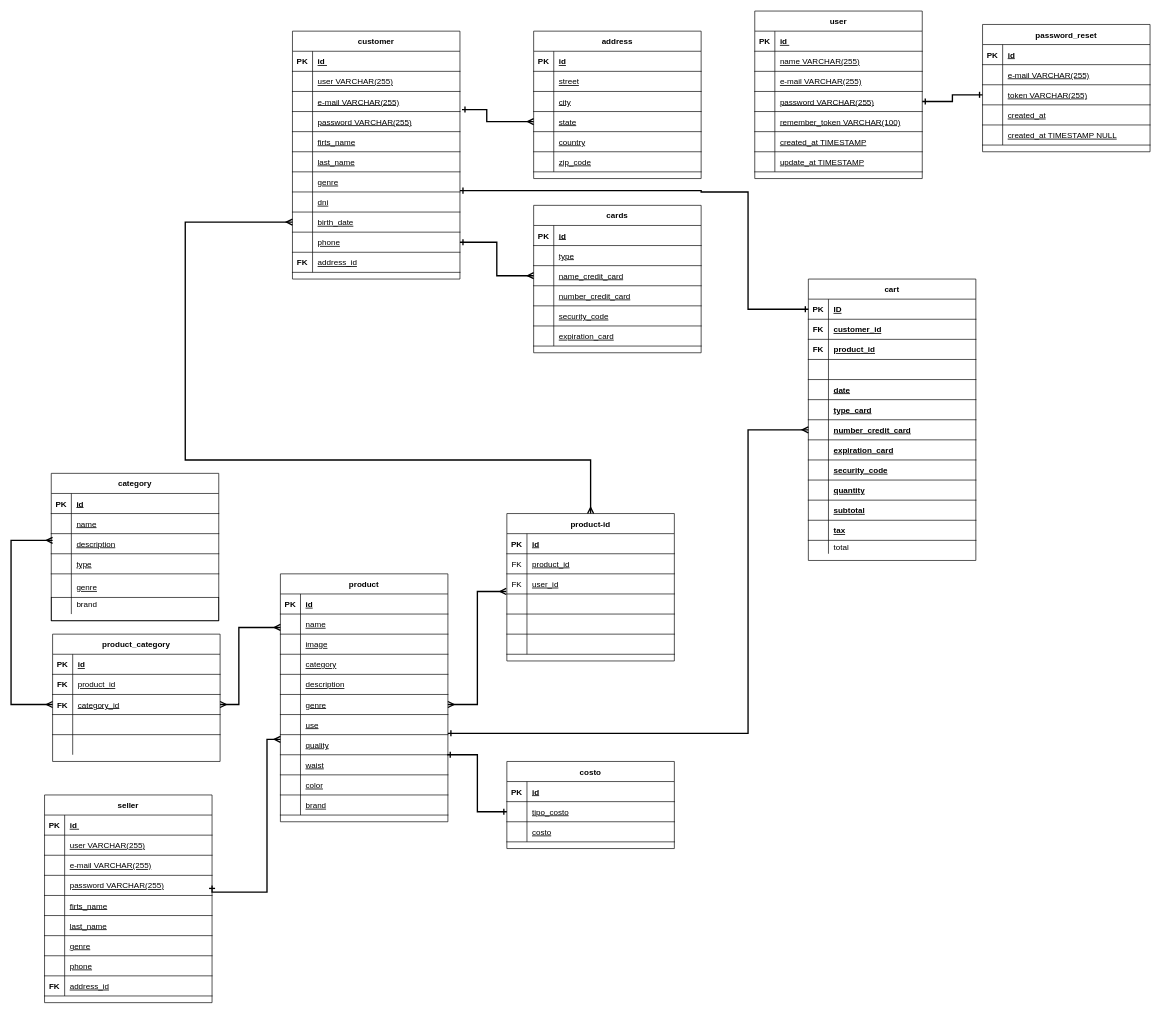
The draw.io diagram Untitled Diagram.drawio in canetemauricio/equipo11, before the edit. Source tidied: cells renumbered, new cells numbered last; positions are measured from the earlier drawing's top-left corner, leaving out a move shared by most shapes. Both pictures are drawn from the tidied source at 67%, with x=0, y=0 at pixel (11, 11).
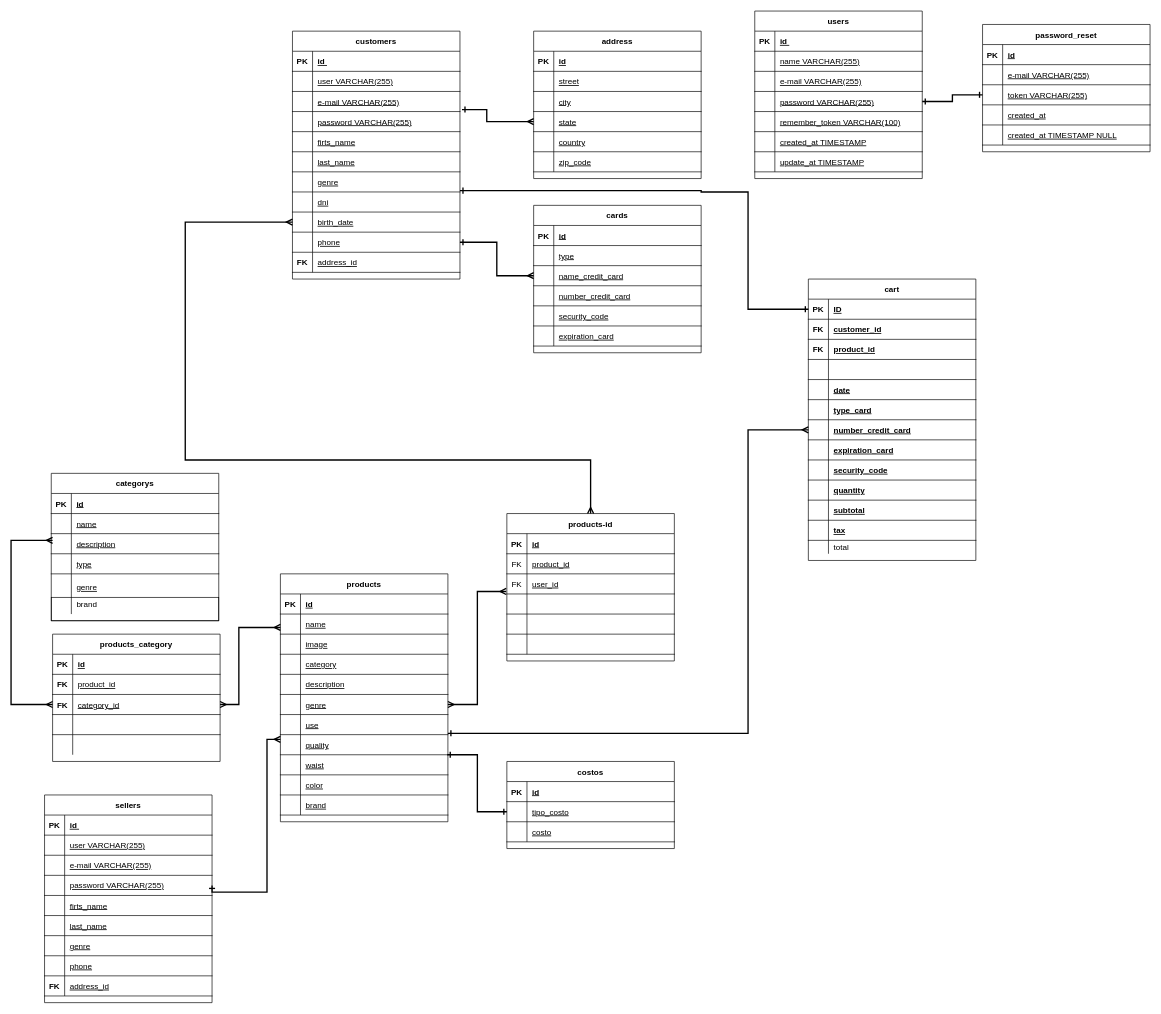
The same diagram, later.

The edit, as a diff of the source:
```diff
@@
-    <mxCell id="3" value="customer" style="shape=table;startSize=30;childLayout=tableLayout;rowLines=0;fontStyle=1;align=center;" parent="1" vertex="1">
+    <mxCell id="3" value="customers" style="shape=table;startSize=30;childLayout=tableLayout;rowLines=0;fontStyle=1;align=center;" parent="1" vertex="1">
       <mxGeometry x="420" y="30" width="250" height="370" as="geometry" />
     </mxCell>
@@
-    <mxCell id="37" value="product" style="shape=table;startSize=30;childLayout=tableLayout;rowLines=0;fontStyle=1;align=center;" parent="1" vertex="1">
+    <mxCell id="37" value="products" style="shape=table;startSize=30;childLayout=tableLayout;rowLines=0;fontStyle=1;align=center;" parent="1" vertex="1">
       <mxGeometry x="402" y="840" width="250" height="370" as="geometry" />
     </mxCell>
@@
-    <mxCell id="154" value="product-id" style="shape=table;startSize=30;childLayout=tableLayout;rowLines=0;fontStyle=1;align=center;" parent="1" vertex="1">
+    <mxCell id="154" value="products-id" style="shape=table;startSize=30;childLayout=tableLayout;rowLines=0;fontStyle=1;align=center;" parent="1" vertex="1">
       <mxGeometry x="740" y="750" width="250" height="220" as="geometry" />
     </mxCell>
@@
-    <mxCell id="191" value="user" style="shape=table;startSize=30;childLayout=tableLayout;rowLines=0;fontStyle=1;align=center;" parent="1" vertex="1">
+    <mxCell id="191" value="users" style="shape=table;startSize=30;childLayout=tableLayout;rowLines=0;fontStyle=1;align=center;" parent="1" vertex="1">
       <mxGeometry x="1110" width="250" height="250" as="geometry" />
     </mxCell>
@@
-    <mxCell id="216" value="seller" style="shape=table;startSize=30;childLayout=tableLayout;rowLines=0;fontStyle=1;align=center;" parent="1" vertex="1">
+    <mxCell id="216" value="sellers" style="shape=table;startSize=30;childLayout=tableLayout;rowLines=0;fontStyle=1;align=center;" parent="1" vertex="1">
       <mxGeometry x="50" y="1170" width="250" height="310" as="geometry" />
     </mxCell>
@@
-    <mxCell id="245" value="product_category" style="shape=table;startSize=30;childLayout=tableLayout;rowLines=0;fontStyle=1;align=center;" parent="1" vertex="1">
+    <mxCell id="245" value="products_category" style="shape=table;startSize=30;childLayout=tableLayout;rowLines=0;fontStyle=1;align=center;" parent="1" vertex="1">
       <mxGeometry x="62" y="930" width="250" height="190" as="geometry" />
     </mxCell>
@@
-    <mxCell id="262" value="category" style="shape=table;startSize=30;childLayout=tableLayout;rowLines=0;fontStyle=1;align=center;" parent="1" vertex="1">
+    <mxCell id="262" value="categorys" style="shape=table;startSize=30;childLayout=tableLayout;rowLines=0;fontStyle=1;align=center;" parent="1" vertex="1">
       <mxGeometry x="60" y="690" width="250" height="220" as="geometry" />
     </mxCell>
@@
-    <mxCell id="284" value="costo" style="shape=table;startSize=30;childLayout=tableLayout;rowLines=0;fontStyle=1;align=center;" parent="1" vertex="1">
+    <mxCell id="284" value="costos" style="shape=table;startSize=30;childLayout=tableLayout;rowLines=0;fontStyle=1;align=center;" parent="1" vertex="1">
       <mxGeometry x="740" y="1120" width="250" height="130" as="geometry" />
     </mxCell>
```
